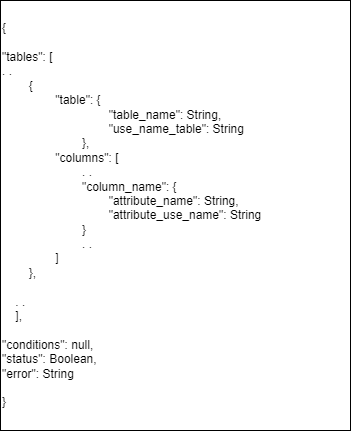
Above: documentation/SemanticParserFile.drawio.png in Rift343/COSMOS (draw.io), before the change. Source tidied: cells renumbered, new cells last; positions are measured from the earlier drawing's top-left corner, leaving out a move shared by most shapes.
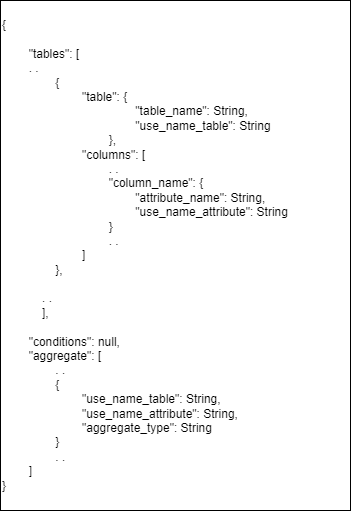
The same file after the commit.

Commit message:
:bookmark: Edited Semantic files

Edited documentation for the SemanticParserFile & FS_1.json exemple file to reflect changes to account for aggregate methods.

Diff of the diagram source:
```diff
@@ -2,8 +2,8 @@
   <root>
     <mxCell id="0" />
     <mxCell id="1" parent="0" />
-    <mxCell id="2" value="&lt;div&gt;{&lt;/div&gt;&lt;div&gt;&lt;br&gt;&lt;/div&gt;&lt;div&gt;&quot;tables&quot;: [&lt;/div&gt;&lt;div&gt;. .&lt;span style=&quot;&quot;&gt;&lt;/span&gt;&lt;/div&gt;&lt;div&gt;&lt;span style=&quot;&quot;&gt;&lt;span style=&quot;&quot;&gt;&lt;span style=&quot;&quot;&gt;&amp;nbsp;&amp;nbsp;&amp;nbsp;&amp;nbsp;&lt;/span&gt;&lt;span style=&quot;&quot;&gt;&amp;nbsp;&amp;nbsp;&amp;nbsp;&amp;nbsp;&lt;/span&gt;&lt;/span&gt;{&lt;/span&gt;&lt;/div&gt;&lt;span style=&quot;white-space: pre;&quot;&gt;&#9;&lt;span style=&quot;white-space: pre;&quot;&gt;&#9;&lt;/span&gt;&lt;/span&gt;&quot;table&quot;:&amp;nbsp;{&lt;div style=&quot;border-color: var(--border-color);&quot;&gt;&lt;span style=&quot;border-color: var(--border-color);&quot;&gt;&lt;span style=&quot;white-space: pre;&quot;&gt;&#9;&lt;span style=&quot;white-space: pre;&quot;&gt;&#9;&lt;/span&gt;&lt;/span&gt;&lt;span style=&quot;white-space: pre;&quot;&gt;&#9;&lt;/span&gt;&lt;span style=&quot;white-space: pre;&quot;&gt;&#9;&lt;/span&gt;&quot;table_name&quot;: String,&lt;/span&gt;&lt;/div&gt;&lt;div style=&quot;border-color: var(--border-color);&quot;&gt;&lt;span style=&quot;border-color: var(--border-color);&quot;&gt;&lt;span style=&quot;white-space: pre;&quot;&gt;&#9;&lt;span style=&quot;white-space: pre;&quot;&gt;&#9;&lt;/span&gt;&lt;/span&gt;&lt;span style=&quot;white-space: pre;&quot;&gt;&#9;&lt;span style=&quot;white-space: pre;&quot;&gt;&#9;&lt;/span&gt;&lt;/span&gt;&quot;use_name_table&quot;: String&lt;/span&gt;&lt;/div&gt;&lt;div style=&quot;border-color: var(--border-color);&quot;&gt;&lt;span style=&quot;border-color: var(--border-color);&quot;&gt;&lt;span style=&quot;white-space: pre;&quot;&gt;&#9;&lt;span style=&quot;white-space: pre;&quot;&gt;&#9;&lt;/span&gt;&lt;/span&gt;&lt;span style=&quot;white-space: pre;&quot;&gt;&#9;&lt;/span&gt;},&lt;/span&gt;&lt;/div&gt;&lt;div&gt;&lt;span style=&quot;&quot;&gt;&lt;span style=&quot;white-space: pre;&quot;&gt;&#9;&lt;span style=&quot;white-space: pre;&quot;&gt;&#9;&lt;/span&gt;&lt;/span&gt;&quot;columns&quot;: [&lt;/span&gt;&lt;/div&gt;&lt;div&gt;&lt;span style=&quot;&quot;&gt;&lt;span style=&quot;white-space: pre;&quot;&gt;&#9;&lt;span style=&quot;white-space: pre;&quot;&gt;&#9;&lt;/span&gt;&lt;/span&gt;&lt;span style=&quot;white-space: pre;&quot;&gt;&#9;&lt;/span&gt;. .&lt;/span&gt;&lt;/div&gt;&lt;div&gt;&lt;span style=&quot;&quot;&gt;&lt;span style=&quot;white-space: pre;&quot;&gt;&#9;&lt;span style=&quot;white-space: pre;&quot;&gt;&#9;&lt;/span&gt;&lt;/span&gt;&lt;span style=&quot;white-space: pre;&quot;&gt;&#9;&lt;/span&gt;&quot;column_name&quot;: {&lt;/span&gt;&lt;/div&gt;&lt;div&gt;&lt;span style=&quot;&quot;&gt;&lt;span style=&quot;&quot;&gt;&lt;span style=&quot;white-space: pre;&quot;&gt;&#9;&lt;span style=&quot;white-space: pre;&quot;&gt;&#9;&lt;/span&gt;&lt;/span&gt;&lt;span style=&quot;white-space: pre;&quot;&gt;&#9;&lt;/span&gt;&lt;span style=&quot;white-space: pre;&quot;&gt;&#9;&lt;/span&gt;&quot;attribute_name&quot;: String,&lt;/span&gt;&lt;br&gt;&lt;/span&gt;&lt;/div&gt;&lt;div&gt;&lt;span style=&quot;&quot;&gt;&lt;span style=&quot;white-space: pre;&quot;&gt;&#9;&lt;span style=&quot;white-space: pre;&quot;&gt;&#9;&lt;/span&gt;&lt;/span&gt;&lt;span style=&quot;white-space: pre;&quot;&gt;&#9;&lt;/span&gt;&lt;span style=&quot;white-space: pre;&quot;&gt;&#9;&lt;/span&gt;&quot;attribute_use_name&quot;: String&lt;br&gt;&lt;/span&gt;&lt;/div&gt;&lt;div&gt;&lt;span style=&quot;white-space: pre;&quot;&gt;&#9;&lt;span style=&quot;white-space: pre;&quot;&gt;&#9;&lt;/span&gt;&lt;/span&gt;&lt;span style=&quot;white-space: pre;&quot;&gt;&#9;&lt;/span&gt;}&lt;/div&gt;&lt;div&gt;&lt;span style=&quot;&quot;&gt;&lt;span style=&quot;white-space: pre;&quot;&gt;&#9;&lt;span style=&quot;white-space: pre;&quot;&gt;&#9;&lt;/span&gt;&lt;/span&gt;&lt;span style=&quot;white-space: pre;&quot;&gt;&#9;&lt;/span&gt;. .&lt;br&gt;&lt;/span&gt;&lt;/div&gt;&lt;div&gt;&lt;span style=&quot;&quot;&gt;&lt;span style=&quot;white-space: pre;&quot;&gt;&#9;&lt;span style=&quot;white-space: pre;&quot;&gt;&#9;&lt;/span&gt;&lt;/span&gt;]&lt;br&gt;&lt;/span&gt;&lt;/div&gt;&lt;div&gt;&lt;span style=&quot;&quot;&gt;&lt;span style=&quot;&quot;&gt;&lt;span style=&quot;&quot;&gt;&amp;nbsp;&amp;nbsp;&amp;nbsp;&amp;nbsp;&lt;/span&gt;&lt;span style=&quot;&quot;&gt;&amp;nbsp;&amp;nbsp;&amp;nbsp;&amp;nbsp;&lt;/span&gt;&lt;/span&gt;},&lt;/span&gt;&lt;/div&gt;&lt;div&gt;&lt;br&gt;&lt;/div&gt;&lt;div&gt;&lt;span style=&quot;&quot;&gt;&lt;span style=&quot;&quot;&gt;&lt;span style=&quot;&quot;&gt;&amp;nbsp;&amp;nbsp;&amp;nbsp;&amp;nbsp;&lt;/span&gt;&lt;/span&gt;. .&lt;/span&gt;&lt;/div&gt;&lt;div&gt;&lt;span style=&quot;&quot;&gt;&lt;span style=&quot;&quot;&gt;&lt;span style=&quot;&quot;&gt;&amp;nbsp;&amp;nbsp;&amp;nbsp;&amp;nbsp;&lt;/span&gt;&lt;/span&gt;],&lt;/span&gt;&lt;/div&gt;&lt;div&gt;&lt;br&gt;&lt;/div&gt;&lt;div&gt;&quot;conditions&quot;: null,&lt;/div&gt;&lt;div&gt;&quot;status&quot;: Boolean,&lt;/div&gt;&lt;div&gt;&quot;error&quot;: String&lt;/div&gt;&lt;div&gt;&lt;br&gt;&lt;/div&gt;&lt;div&gt;}&lt;/div&gt;" style="whiteSpace=wrap;html=1;align=left;" parent="1" vertex="1">
-      <mxGeometry width="350" height="430" as="geometry" />
+    <mxCell id="2" value="&lt;div&gt;{&lt;/div&gt;&lt;div&gt;&lt;br&gt;&lt;/div&gt;&lt;div&gt;&lt;span style=&quot;white-space: pre;&quot;&gt;&#9;&lt;/span&gt;&quot;tables&quot;: [&lt;/div&gt;&lt;div&gt;&lt;span style=&quot;white-space: pre;&quot;&gt;&#9;&lt;/span&gt;. .&lt;span style=&quot;&quot;&gt;&lt;/span&gt;&lt;/div&gt;&lt;div&gt;&lt;span style=&quot;&quot;&gt;&lt;span style=&quot;&quot;&gt;&lt;span style=&quot;&quot;&gt;&amp;nbsp;&amp;nbsp;&amp;nbsp;&amp;nbsp;&lt;/span&gt;&lt;span style=&quot;&quot;&gt;&amp;nbsp;&amp;nbsp;&amp;nbsp;&amp;nbsp;&lt;span style=&quot;white-space: pre;&quot;&gt;&#9;&lt;/span&gt;&lt;/span&gt;&lt;/span&gt;{&lt;/span&gt;&lt;/div&gt;&lt;span style=&quot;white-space: pre;&quot;&gt;&#9;&lt;span style=&quot;white-space: pre;&quot;&gt;&#9;&lt;/span&gt;&lt;span style=&quot;white-space: pre;&quot;&gt;&#9;&lt;/span&gt;&lt;/span&gt;&quot;table&quot;:&amp;nbsp;{&lt;div style=&quot;border-color: var(--border-color);&quot;&gt;&lt;span style=&quot;border-color: var(--border-color);&quot;&gt;&lt;span style=&quot;white-space: pre;&quot;&gt;&#9;&lt;span style=&quot;white-space: pre;&quot;&gt;&#9;&lt;/span&gt;&lt;span style=&quot;white-space: pre;&quot;&gt;&#9;&lt;/span&gt;&lt;/span&gt;&lt;span style=&quot;white-space: pre;&quot;&gt;&#9;&lt;/span&gt;&lt;span style=&quot;white-space: pre;&quot;&gt;&#9;&lt;/span&gt;&quot;table_name&quot;: String,&lt;/span&gt;&lt;/div&gt;&lt;div style=&quot;border-color: var(--border-color);&quot;&gt;&lt;span style=&quot;border-color: var(--border-color);&quot;&gt;&lt;span style=&quot;white-space: pre;&quot;&gt;&#9;&lt;span style=&quot;white-space: pre;&quot;&gt;&#9;&lt;/span&gt;&lt;span style=&quot;white-space: pre;&quot;&gt;&#9;&lt;/span&gt;&lt;/span&gt;&lt;span style=&quot;white-space: pre;&quot;&gt;&#9;&lt;span style=&quot;white-space: pre;&quot;&gt;&#9;&lt;/span&gt;&lt;/span&gt;&quot;use_name_table&quot;: String&lt;/span&gt;&lt;/div&gt;&lt;div style=&quot;border-color: var(--border-color);&quot;&gt;&lt;span style=&quot;border-color: var(--border-color);&quot;&gt;&lt;span style=&quot;white-space: pre;&quot;&gt;&#9;&lt;span style=&quot;white-space: pre;&quot;&gt;&#9;&lt;/span&gt;&lt;span style=&quot;white-space: pre;&quot;&gt;&#9;&lt;/span&gt;&lt;/span&gt;&lt;span style=&quot;white-space: pre;&quot;&gt;&#9;&lt;/span&gt;},&lt;/span&gt;&lt;/div&gt;&lt;div&gt;&lt;span style=&quot;&quot;&gt;&lt;span style=&quot;white-space: pre;&quot;&gt;&#9;&lt;span style=&quot;white-space: pre;&quot;&gt;&#9;&lt;/span&gt;&lt;span style=&quot;white-space: pre;&quot;&gt;&#9;&lt;/span&gt;&lt;/span&gt;&quot;columns&quot;: [&lt;/span&gt;&lt;/div&gt;&lt;div&gt;&lt;span style=&quot;&quot;&gt;&lt;span style=&quot;white-space: pre;&quot;&gt;&#9;&lt;span style=&quot;white-space: pre;&quot;&gt;&#9;&lt;/span&gt;&lt;span style=&quot;white-space: pre;&quot;&gt;&#9;&lt;/span&gt;&lt;/span&gt;&lt;span style=&quot;white-space: pre;&quot;&gt;&#9;&lt;/span&gt;. .&lt;/span&gt;&lt;/div&gt;&lt;div&gt;&lt;span style=&quot;&quot;&gt;&lt;span style=&quot;white-space: pre;&quot;&gt;&#9;&lt;span style=&quot;white-space: pre;&quot;&gt;&#9;&lt;/span&gt;&lt;/span&gt;&lt;span style=&quot;white-space: pre;&quot;&gt;&#9;&lt;span style=&quot;white-space: pre;&quot;&gt;&#9;&lt;/span&gt;&lt;/span&gt;&quot;column_name&quot;: {&lt;/span&gt;&lt;/div&gt;&lt;div&gt;&lt;span style=&quot;&quot;&gt;&lt;span style=&quot;&quot;&gt;&lt;span style=&quot;white-space: pre;&quot;&gt;&#9;&lt;span style=&quot;white-space: pre;&quot;&gt;&#9;&lt;/span&gt;&lt;/span&gt;&lt;span style=&quot;white-space: pre;&quot;&gt;&#9;&lt;span style=&quot;white-space: pre;&quot;&gt;&#9;&lt;/span&gt;&lt;/span&gt;&lt;span style=&quot;white-space: pre;&quot;&gt;&#9;&lt;/span&gt;&quot;attribute_name&quot;: String,&lt;/span&gt;&lt;br&gt;&lt;/span&gt;&lt;/div&gt;&lt;div&gt;&lt;span style=&quot;&quot;&gt;&lt;span style=&quot;white-space: pre;&quot;&gt;&#9;&lt;span style=&quot;white-space: pre;&quot;&gt;&#9;&lt;/span&gt;&lt;/span&gt;&lt;span style=&quot;white-space: pre;&quot;&gt;&#9;&lt;span style=&quot;white-space: pre;&quot;&gt;&#9;&lt;/span&gt;&lt;/span&gt;&lt;span style=&quot;white-space: pre;&quot;&gt;&#9;&lt;/span&gt;&quot;use_name_attribute&quot;: String&lt;br&gt;&lt;/span&gt;&lt;/div&gt;&lt;div&gt;&lt;span style=&quot;white-space: pre;&quot;&gt;&#9;&lt;span style=&quot;white-space: pre;&quot;&gt;&#9;&lt;/span&gt;&lt;/span&gt;&lt;span style=&quot;white-space: pre;&quot;&gt;&#9;&lt;span style=&quot;white-space: pre;&quot;&gt;&#9;&lt;/span&gt;&lt;/span&gt;}&lt;/div&gt;&lt;div&gt;&lt;span style=&quot;&quot;&gt;&lt;span style=&quot;white-space: pre;&quot;&gt;&#9;&lt;span style=&quot;white-space: pre;&quot;&gt;&#9;&lt;span style=&quot;white-space: pre;&quot;&gt;&#9;&lt;/span&gt;&lt;/span&gt;&lt;/span&gt;&lt;span style=&quot;white-space: pre;&quot;&gt;&#9;&lt;/span&gt;. .&lt;br&gt;&lt;/span&gt;&lt;/div&gt;&lt;div&gt;&lt;span style=&quot;&quot;&gt;&lt;span style=&quot;white-space: pre;&quot;&gt;&#9;&lt;span style=&quot;white-space: pre;&quot;&gt;&#9;&lt;/span&gt;&lt;span style=&quot;white-space: pre;&quot;&gt;&#9;&lt;/span&gt;&lt;/span&gt;]&lt;br&gt;&lt;/span&gt;&lt;/div&gt;&lt;div&gt;&lt;span style=&quot;&quot;&gt;&lt;span style=&quot;&quot;&gt;&lt;span style=&quot;&quot;&gt;&lt;span style=&quot;white-space: pre;&quot;&gt;&#9;&lt;/span&gt;&amp;nbsp;&amp;nbsp;&amp;nbsp;&amp;nbsp;&lt;/span&gt;&lt;span style=&quot;&quot;&gt;&amp;nbsp;&amp;nbsp;&amp;nbsp;&amp;nbsp;&lt;/span&gt;&lt;/span&gt;},&lt;/span&gt;&lt;/div&gt;&lt;div&gt;&lt;br&gt;&lt;/div&gt;&lt;div&gt;&lt;span style=&quot;&quot;&gt;&lt;span style=&quot;&quot;&gt;&lt;span style=&quot;&quot;&gt;&lt;span style=&quot;white-space: pre;&quot;&gt;&#9;&lt;/span&gt;&amp;nbsp;&amp;nbsp;&amp;nbsp;&amp;nbsp;&lt;/span&gt;&lt;/span&gt;. .&lt;/span&gt;&lt;/div&gt;&lt;div&gt;&lt;span style=&quot;&quot;&gt;&lt;span style=&quot;&quot;&gt;&lt;span style=&quot;&quot;&gt;&lt;span style=&quot;white-space: pre;&quot;&gt;&#9;&lt;/span&gt;&amp;nbsp;&amp;nbsp;&amp;nbsp;&amp;nbsp;&lt;/span&gt;&lt;/span&gt;],&lt;/span&gt;&lt;/div&gt;&lt;div&gt;&lt;br&gt;&lt;/div&gt;&lt;div&gt;&lt;span style=&quot;white-space: pre;&quot;&gt;&#9;&lt;/span&gt;&quot;conditions&quot;: null,&lt;/div&gt;&lt;div&gt;&lt;span style=&quot;white-space: pre;&quot;&gt;&#9;&lt;/span&gt;&quot;aggregate&quot;: [&lt;/div&gt;&lt;div&gt;&lt;span style=&quot;white-space: pre;&quot;&gt;&#9;&lt;span style=&quot;white-space: pre;&quot;&gt;&#9;&lt;/span&gt;&lt;/span&gt;. .&lt;br&gt;&lt;/div&gt;&lt;div&gt;&lt;span style=&quot;white-space: pre;&quot;&gt;&#9;&lt;span style=&quot;white-space: pre;&quot;&gt;&#9;&lt;/span&gt;&lt;/span&gt;{&lt;br&gt;&lt;/div&gt;&lt;div&gt;&lt;span style=&quot;white-space: pre;&quot;&gt;&#9;&lt;span style=&quot;white-space: pre;&quot;&gt;&#9;&lt;/span&gt;&lt;/span&gt;&lt;span style=&quot;white-space: pre;&quot;&gt;&#9;&lt;/span&gt;&quot;use_name_table&quot;: String,&lt;br&gt;&lt;/div&gt;&lt;div&gt;&lt;span style=&quot;white-space: pre;&quot;&gt;&#9;&lt;span style=&quot;white-space: pre;&quot;&gt;&#9;&lt;/span&gt;&lt;/span&gt;&lt;span style=&quot;white-space: pre;&quot;&gt;&#9;&lt;/span&gt;&quot;use_name_attribute&quot;: String,&lt;br&gt;&lt;/div&gt;&lt;div&gt;&lt;span style=&quot;white-space: pre;&quot;&gt;&#9;&lt;span style=&quot;white-space: pre;&quot;&gt;&#9;&lt;/span&gt;&lt;/span&gt;&lt;span style=&quot;white-space: pre;&quot;&gt;&#9;&lt;/span&gt;&quot;aggregate_type&quot;: String&lt;br&gt;&lt;/div&gt;&lt;div&gt;&lt;span style=&quot;white-space: pre;&quot;&gt;&#9;&lt;span style=&quot;white-space: pre;&quot;&gt;&#9;&lt;/span&gt;&lt;/span&gt;}&lt;br&gt;&lt;/div&gt;&lt;div&gt;&lt;span style=&quot;white-space: pre;&quot;&gt;&#9;&lt;span style=&quot;white-space: pre;&quot;&gt;&#9;&lt;/span&gt;&lt;/span&gt;. .&lt;br&gt;&lt;/div&gt;&lt;div&gt;&lt;span style=&quot;white-space: pre;&quot;&gt;&#9;&lt;/span&gt;]&lt;/div&gt;&lt;div&gt;}&lt;/div&gt;" style="whiteSpace=wrap;html=1;align=left;" parent="1" vertex="1">
+      <mxGeometry width="350" height="510" as="geometry" />
     </mxCell>
   </root>
 </mxGraphModel>
```
